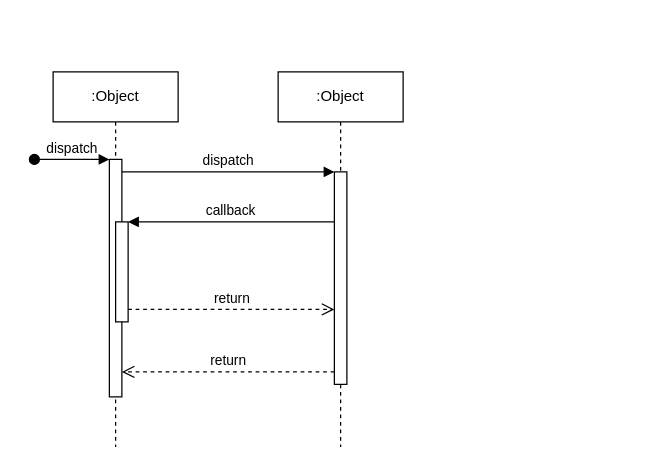
Earlier version of the draw.io diagram sequence diagram.drawio (baechuTree/softwareEngineering). Source tidied: cells renumbered, new cells numbered last; positions are measured from the earlier drawing's top-left corner, leaving out a move shared by most shapes. Both pictures are drawn from the tidied source at 125%, with x=0, y=0 at pixel (34, 71).
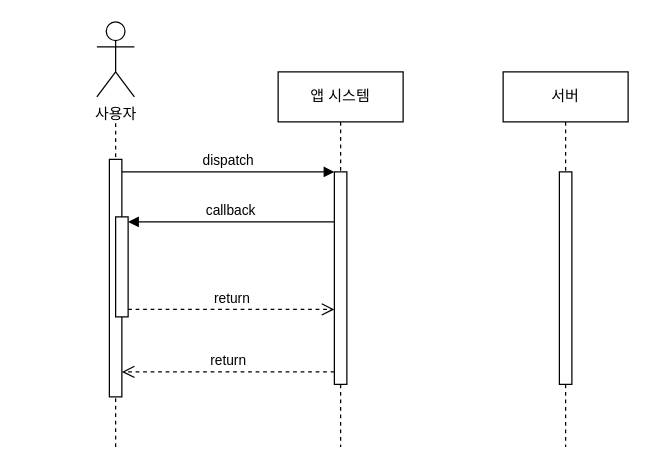
The same page after the edit.

The edit, as a diff of the source:
```diff
@@
-    <mxCell id="2" value=":Object" style="shape=umlLifeline;perimeter=lifelinePerimeter;whiteSpace=wrap;html=1;newEdgeStyle={&quot;edgeStyle&quot;:&quot;elbowEdgeStyle&quot;,&quot;elbow&quot;:&quot;vertical&quot;,&quot;curved&quot;:0,&quot;rounded&quot;:0};" parent="1" vertex="1">
-      <mxGeometry x="15" width="100" height="300" as="geometry" />
-    </mxCell>
-    <mxCell id="3" style="html=1;points=[];perimeter=orthogonalPerimeter;outlineConnect=0;targetShapes=umlLifeline;portConstraint=eastwest;newEdgeStyle={&quot;edgeStyle&quot;:&quot;elbowEdgeStyle&quot;,&quot;elbow&quot;:&quot;vertical&quot;,&quot;curved&quot;:0,&quot;rounded&quot;:0};" parent="2" vertex="1">
-      <mxGeometry x="45" y="70" width="10" height="190" as="geometry" />
-    </mxCell>
-    <mxCell id="4" value="dispatch" style="html=1;verticalAlign=bottom;startArrow=oval;endArrow=block;startSize=8;edgeStyle=elbowEdgeStyle;elbow=vertical;curved=0;rounded=0;" parent="2" edge="1" target="3">
-      <mxGeometry relative="1" as="geometry">
-        <mxPoint x="-15" y="70" as="sourcePoint" />
-      </mxGeometry>
-    </mxCell>
-    <mxCell id="5" style="html=1;points=[];perimeter=orthogonalPerimeter;outlineConnect=0;targetShapes=umlLifeline;portConstraint=eastwest;newEdgeStyle={&quot;edgeStyle&quot;:&quot;elbowEdgeStyle&quot;,&quot;elbow&quot;:&quot;vertical&quot;,&quot;curved&quot;:0,&quot;rounded&quot;:0};" parent="2" vertex="1">
-      <mxGeometry x="50" y="120" width="10" height="80" as="geometry" />
-    </mxCell>
-    <mxCell id="6" value=":Object" style="shape=umlLifeline;perimeter=lifelinePerimeter;whiteSpace=wrap;html=1;newEdgeStyle={&quot;edgeStyle&quot;:&quot;elbowEdgeStyle&quot;,&quot;elbow&quot;:&quot;vertical&quot;,&quot;curved&quot;:0,&quot;rounded&quot;:0};" parent="1" vertex="1">
+    <mxCell id="6" value="앱 시스템" style="shape=umlLifeline;perimeter=lifelinePerimeter;whiteSpace=wrap;html=1;newEdgeStyle={&quot;edgeStyle&quot;:&quot;elbowEdgeStyle&quot;,&quot;elbow&quot;:&quot;vertical&quot;,&quot;curved&quot;:0,&quot;rounded&quot;:0};" parent="1" vertex="1">
       <mxGeometry x="195" width="100" height="300" as="geometry" />
     </mxCell>
@@
+    <mxCell id="12" value="서버" style="shape=umlLifeline;perimeter=lifelinePerimeter;whiteSpace=wrap;html=1;newEdgeStyle={&quot;edgeStyle&quot;:&quot;elbowEdgeStyle&quot;,&quot;elbow&quot;:&quot;vertical&quot;,&quot;curved&quot;:0,&quot;rounded&quot;:0};size=40;" parent="1" vertex="1">
+      <mxGeometry x="375" width="100" height="300" as="geometry" />
+    </mxCell>
+    <mxCell id="13" style="html=1;perimeter=orthogonalPerimeter;targetShapes=umlLifeline;newEdgeStyle={&quot;edgeStyle&quot;:&quot;elbowEdgeStyle&quot;,&quot;elbow&quot;:&quot;vertical&quot;,&quot;curved&quot;:0,&quot;rounded&quot;:0};" parent="12" vertex="1">
+      <mxGeometry x="45" y="80" width="10" height="170" as="geometry" />
+    </mxCell>
+    <mxCell id="14" value="사용자" style="shape=umlActor;verticalLabelPosition=bottom;verticalAlign=top;html=1;" parent="1" vertex="1">
+      <mxGeometry x="50" y="-40" width="30" height="60" as="geometry" />
+    </mxCell>
+    <mxCell id="15" style="endArrow=none;dashed=1;html=1;rounded=0;" parent="1" edge="1" source="5">
+      <mxGeometry relative="1" as="geometry">
+        <mxPoint x="65" y="40" as="targetPoint" />
+      </mxGeometry>
+    </mxCell>
+    <mxCell id="16" style="endArrow=none;dashed=1;html=1;rounded=0;" parent="1" edge="1" target="3">
+      <mxGeometry relative="1" as="geometry">
+        <mxPoint x="65" y="300" as="sourcePoint" />
+      </mxGeometry>
+    </mxCell>
+    <mxCell id="3" style="html=1;points=[];perimeter=orthogonalPerimeter;outlineConnect=0;targetShapes=umlLifeline;portConstraint=eastwest;newEdgeStyle={&quot;edgeStyle&quot;:&quot;elbowEdgeStyle&quot;,&quot;elbow&quot;:&quot;vertical&quot;,&quot;curved&quot;:0,&quot;rounded&quot;:0};" parent="1" vertex="1">
+      <mxGeometry x="60" y="70" width="10" height="190" as="geometry" />
+    </mxCell>
+    <mxCell id="17" style="endArrow=none;dashed=1;html=1;rounded=0;" parent="1" edge="1" source="3" target="5">
+      <mxGeometry relative="1" as="geometry" />
+    </mxCell>
+    <mxCell id="5" style="html=1;points=[];perimeter=orthogonalPerimeter;outlineConnect=0;targetShapes=umlLifeline;portConstraint=eastwest;newEdgeStyle={&quot;edgeStyle&quot;:&quot;elbowEdgeStyle&quot;,&quot;elbow&quot;:&quot;vertical&quot;,&quot;curved&quot;:0,&quot;rounded&quot;:0};" parent="1" vertex="1">
+      <mxGeometry x="65" y="116" width="10" height="80" as="geometry" />
+    </mxCell>
```
